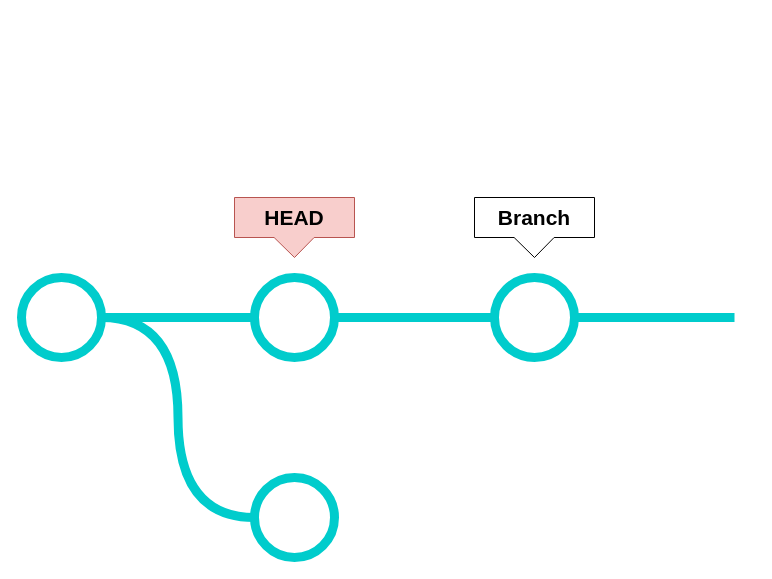
whdrns2013/whdrns2013.github.io keeps this draw.io diagram as assets/drawio/git_version_manage.drawio. Above is the earlier version. Source tidied: cells renumbered, new cells numbered last; positions are measured from the earlier drawing's top-left corner, leaving out a move shared by most shapes. Both pictures are drawn from the tidied source at 100%, with x=0, y=0 at pixel (21, 197).
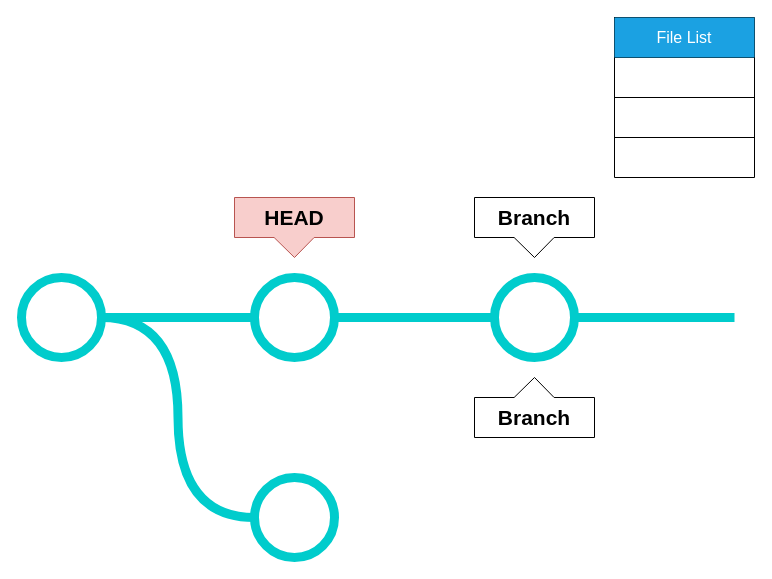
After the change.

Change to the diagram source:
```diff
@@
+    <mxCell id="12" value="&lt;font style=&quot;font-size: 21px;&quot;&gt;&lt;b&gt;Branch&lt;/b&gt;&lt;/font&gt;" style="shape=callout;whiteSpace=wrap;html=1;perimeter=calloutPerimeter;size=20;position=0.33;position2=0.5;base=40;flipH=0;flipV=1;" parent="1" vertex="1">
+      <mxGeometry x="453" y="180" width="120" height="60" as="geometry" />
+    </mxCell>
+    <mxCell id="13" style="shape=table;startSize=0;childLayout=tableLayout;fontSize=16;" parent="1" vertex="1">
+      <mxGeometry x="593" y="-180" width="140" height="160" as="geometry" />
+    </mxCell>
+    <mxCell id="14" style="shape=tableRow;horizontal=0;startSize=0;swimlaneHead=0;swimlaneBody=0;strokeColor=inherit;top=0;left=0;bottom=0;right=0;fillColor=none;fontSize=16;" parent="13" vertex="1">
+      <mxGeometry width="140" height="40" as="geometry" />
+    </mxCell>
+    <mxCell id="15" value="File List" style="shape=partialRectangle;html=1;whiteSpace=wrap;strokeColor=#006EAF;overflow=hidden;fillColor=#1ba1e2;top=0;left=0;bottom=0;right=0;fontSize=16;fontColor=#ffffff;" parent="14" vertex="1">
+      <mxGeometry width="140" height="40" as="geometry" />
+    </mxCell>
+    <mxCell id="16" style="shape=tableRow;horizontal=0;startSize=0;swimlaneHead=0;swimlaneBody=0;strokeColor=inherit;top=0;left=0;bottom=0;right=0;fillColor=none;fontSize=16;" parent="13" vertex="1">
+      <mxGeometry y="40" width="140" height="40" as="geometry" />
+    </mxCell>
+    <mxCell id="17" style="shape=partialRectangle;html=1;whiteSpace=wrap;strokeColor=inherit;overflow=hidden;fillColor=none;top=0;left=0;bottom=0;right=0;fontSize=16;" parent="16" vertex="1">
+      <mxGeometry width="140" height="40" as="geometry" />
+    </mxCell>
+    <mxCell id="18" style="shape=tableRow;horizontal=0;startSize=0;swimlaneHead=0;swimlaneBody=0;strokeColor=inherit;top=0;left=0;bottom=0;right=0;fillColor=none;fontSize=16;" parent="13" vertex="1">
+      <mxGeometry y="80" width="140" height="40" as="geometry" />
+    </mxCell>
+    <mxCell id="19" style="shape=partialRectangle;html=1;whiteSpace=wrap;strokeColor=inherit;overflow=hidden;fillColor=none;top=0;left=0;bottom=0;right=0;fontSize=16;" parent="18" vertex="1">
+      <mxGeometry width="140" height="40" as="geometry" />
+    </mxCell>
+    <mxCell id="20" style="shape=tableRow;horizontal=0;startSize=0;swimlaneHead=0;swimlaneBody=0;strokeColor=inherit;top=0;left=0;bottom=0;right=0;fillColor=none;fontSize=16;" parent="13" vertex="1">
+      <mxGeometry y="120" width="140" height="40" as="geometry" />
+    </mxCell>
+    <mxCell id="21" style="shape=partialRectangle;html=1;whiteSpace=wrap;strokeColor=inherit;overflow=hidden;fillColor=none;top=0;left=0;bottom=0;right=0;fontSize=16;" parent="20" vertex="1">
+      <mxGeometry width="140" height="40" as="geometry" />
+    </mxCell>
```
